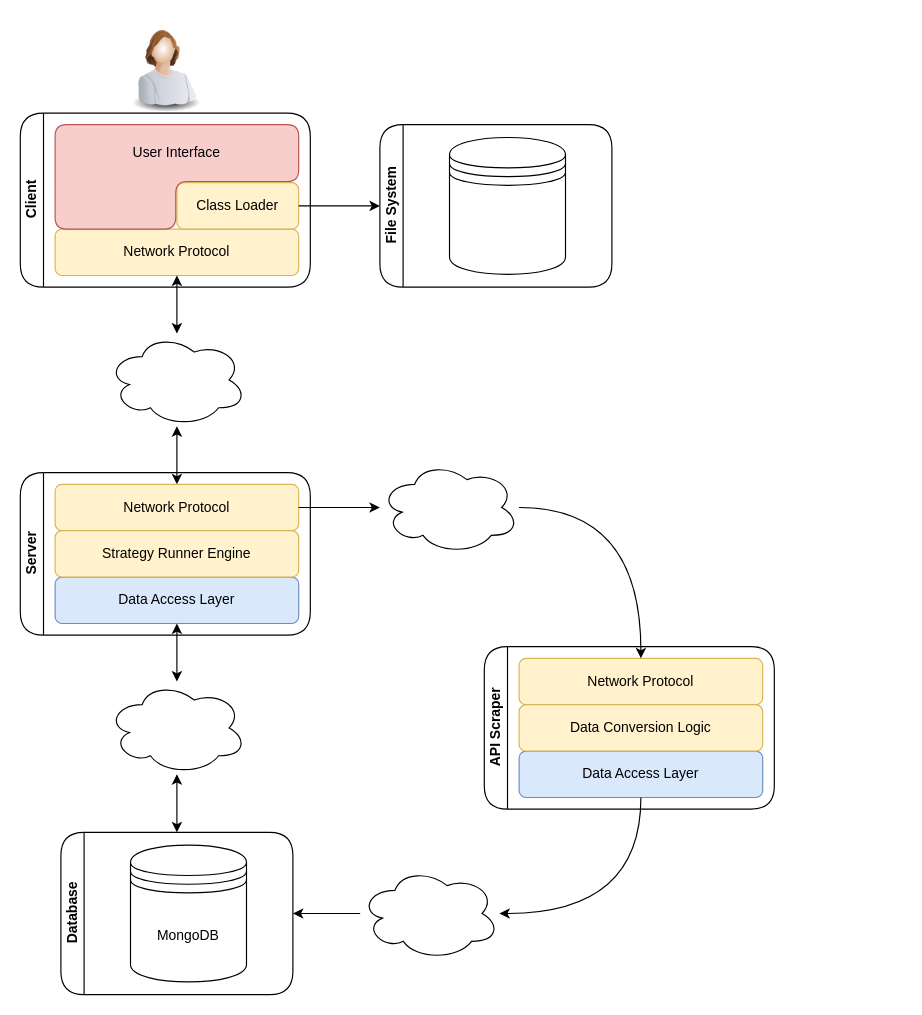
The draw.io diagram drawio/arch.drawio in nferrante1/lsmsd2, before the edit. Source tidied: cells renumbered, new cells numbered last; positions are measured from the earlier drawing's top-left corner, leaving out a move shared by most shapes. Both pictures are drawn from the tidied source at 116%, with x=0, y=0 at pixel (20, 20).
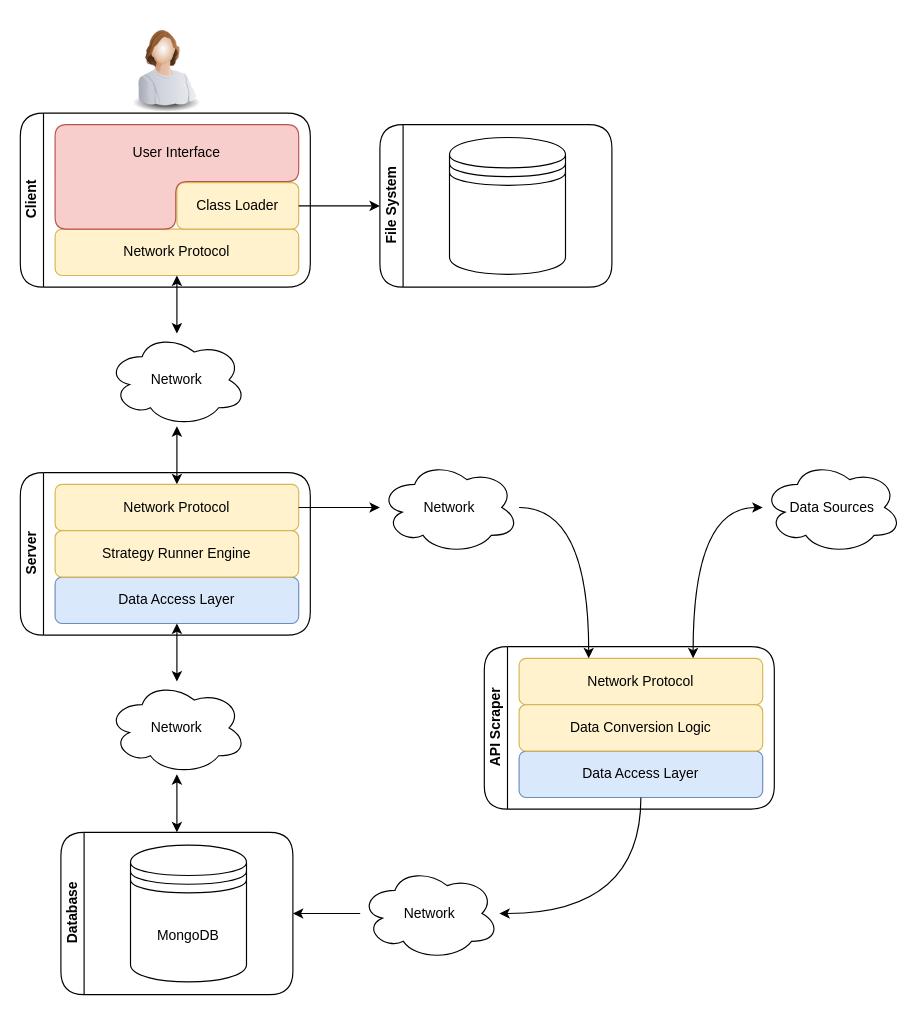
Above is the later version.

Commit message:
Add data sources to arch diagram

The change refers to these unchanged cells:
```xml
<mxCell id="23" value="Network Protocol" style="rounded=1;whiteSpace=wrap;html=1;imageAspect=1;fillColor=#fff2cc;strokeColor=#d6b656;" parent="22" vertex="1">
  <mxGeometry x="30" y="10" width="210" height="40" as="geometry" />
</mxCell>
```

What changed in the source:
```diff
@@
-    <mxCell id="10" style="ellipse;shape=cloud;whiteSpace=wrap;html=1;rounded=1;shadow=0;glass=0;comic=0;startSize=20;fillColor=#ffffff;" parent="1" vertex="1">
+    <mxCell id="10" value="Network" style="ellipse;shape=cloud;whiteSpace=wrap;html=1;rounded=1;shadow=0;glass=0;comic=0;startSize=20;fillColor=#ffffff;" parent="1" vertex="1">
       <mxGeometry x="75" y="270" width="120" height="80" as="geometry" />
     </mxCell>
@@
-    <mxCell id="20" style="ellipse;shape=cloud;whiteSpace=wrap;html=1;rounded=1;shadow=0;glass=0;comic=0;startSize=20;fillColor=#ffffff;" parent="1" vertex="1">
+    <mxCell id="20" value="Network" style="ellipse;shape=cloud;whiteSpace=wrap;html=1;rounded=1;shadow=0;glass=0;comic=0;startSize=20;fillColor=#ffffff;" parent="1" vertex="1">
       <mxGeometry x="75" y="570" width="120" height="80" as="geometry" />
     </mxCell>
@@
     <mxCell id="26" style="edgeStyle=orthogonalEdgeStyle;curved=1;rounded=0;jettySize=auto;html=1;startArrow=none;startFill=0;" parent="1" edge="1" source="27" target="23">
       <mxGeometry relative="1" as="geometry">
         <Array as="points">
-          <mxPoint x="535" y="420" />
+          <mxPoint x="490" y="420" />
         </Array>
       </mxGeometry>
     </mxCell>
-    <mxCell id="27" style="ellipse;shape=cloud;whiteSpace=wrap;html=1;rounded=1;shadow=0;glass=0;comic=0;startSize=20;fillColor=#ffffff;" parent="1" vertex="1">
+    <mxCell id="27" value="Network" style="ellipse;shape=cloud;whiteSpace=wrap;html=1;rounded=1;shadow=0;glass=0;comic=0;startSize=20;fillColor=#ffffff;" parent="1" vertex="1">
       <mxGeometry x="310" y="380" width="120" height="80" as="geometry" />
     </mxCell>
@@
-    <mxCell id="29" style="ellipse;shape=cloud;whiteSpace=wrap;html=1;rounded=1;shadow=0;glass=0;comic=0;startSize=20;fillColor=#ffffff;" parent="1" vertex="1">
+    <mxCell id="29" value="Network" style="ellipse;shape=cloud;whiteSpace=wrap;html=1;rounded=1;shadow=0;glass=0;comic=0;startSize=20;fillColor=#ffffff;" parent="1" vertex="1">
       <mxGeometry x="293" y="730" width="120" height="80" as="geometry" />
     </mxCell>
@@
+    <mxCell id="32" value="Data Sources" style="ellipse;shape=cloud;whiteSpace=wrap;html=1;" parent="1" vertex="1">
+      <mxGeometry x="640" y="380" width="120" height="80" as="geometry" />
+    </mxCell>
+    <mxCell id="33" style="edgeStyle=orthogonalEdgeStyle;curved=1;rounded=0;jettySize=auto;html=1;startArrow=classic;startFill=1;" parent="1" edge="1" source="23" target="32">
+      <mxGeometry relative="1" as="geometry">
+        <Array as="points">
+          <mxPoint x="580" y="420" />
+        </Array>
+      </mxGeometry>
+    </mxCell>
```
